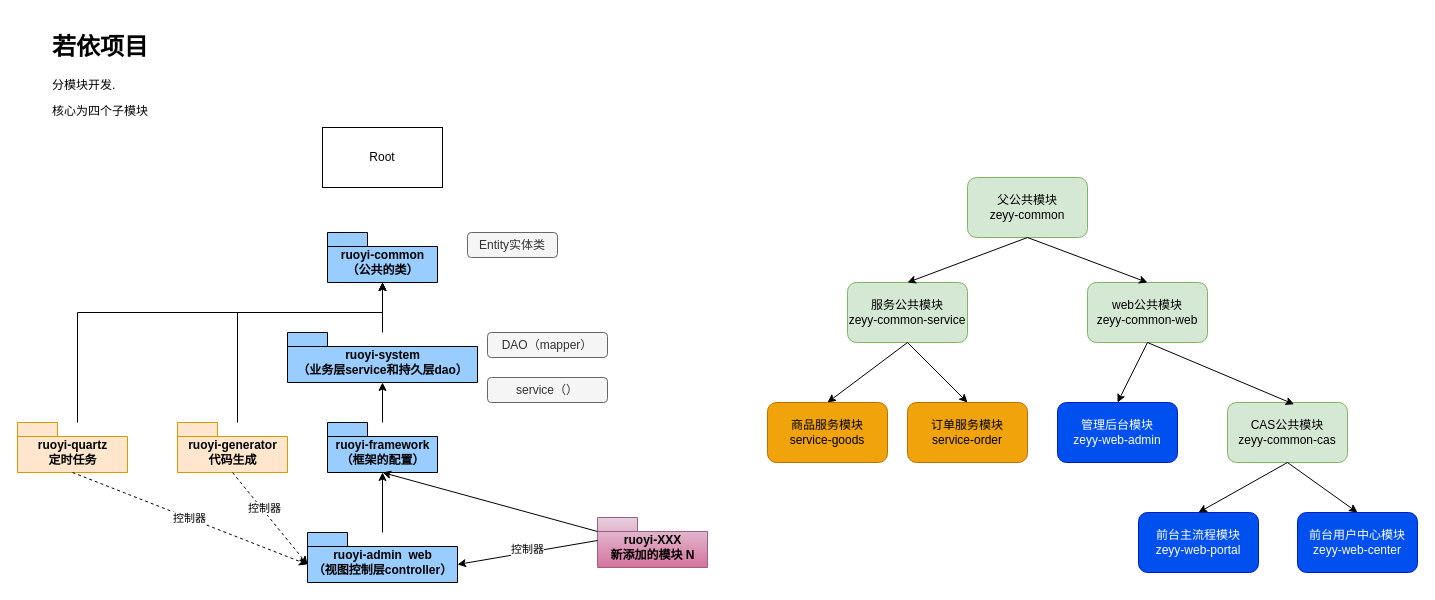
Above: page "文件结构（模块关系）" (3 of 8) of RuoYi/若依框架.drawio in weihuohuayi/draw.io (draw.io), before the change. Source tidied: cells renumbered, new cells numbered last; positions are measured from the earlier drawing's top-left corner, leaving out a move shared by most shapes. Both pictures are drawn from the tidied source at 100%, with x=0, y=0 at pixel (17, 27).
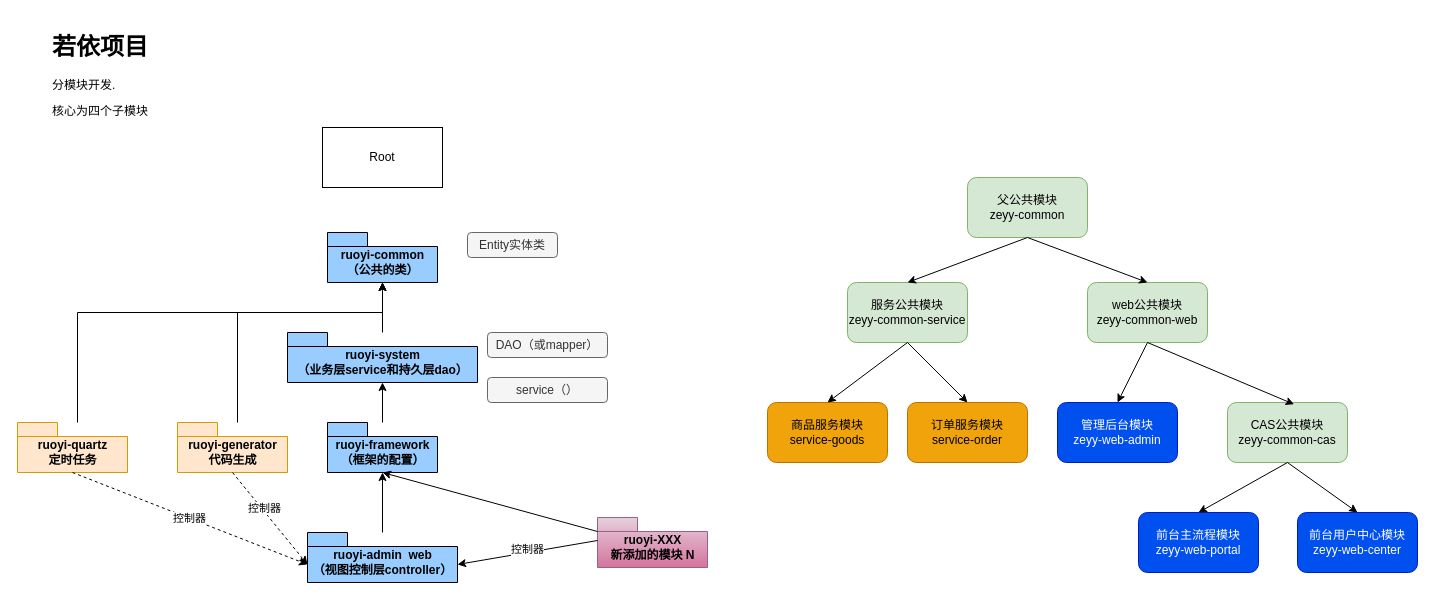
Above is the later version.

What changed in the source:
```diff
@@
-    <mxCell id="23" value="DAO（mapper）" style="rounded=1;whiteSpace=wrap;html=1;fillColor=#f5f5f5;fontColor=#333333;strokeColor=#666666;" parent="1" vertex="1">
+    <mxCell id="23" value="DAO（或mapper）" style="rounded=1;whiteSpace=wrap;html=1;fillColor=#f5f5f5;fontColor=#333333;strokeColor=#666666;" parent="1" vertex="1">
       <mxGeometry x="470" y="305" width="120" height="25" as="geometry" />
     </mxCell>
```
